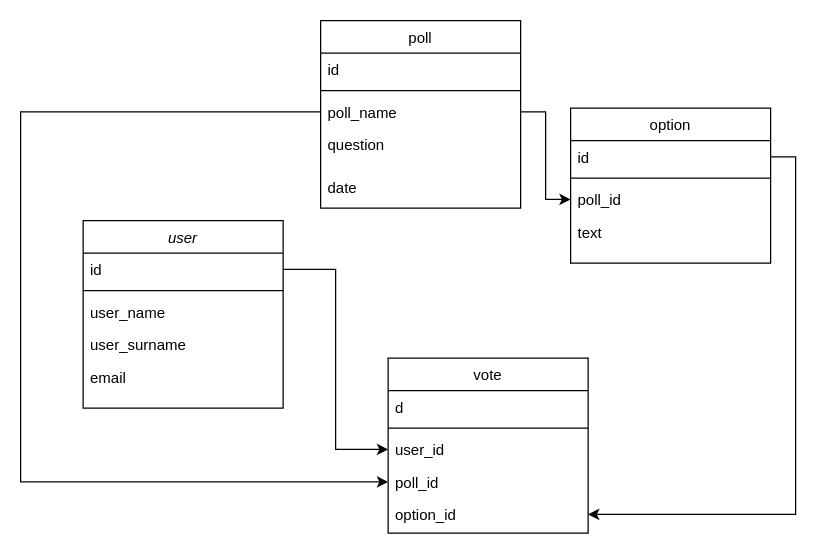
Certer001/scheme keeps this draw.io diagram as схема.drawio. Above is the earlier version. Source tidied: cells renumbered, new cells numbered last; positions are measured from the earlier drawing's top-left corner, leaving out a move shared by most shapes. Both pictures are drawn from the tidied source at 125%, with x=0, y=0 at pixel (20, 20).
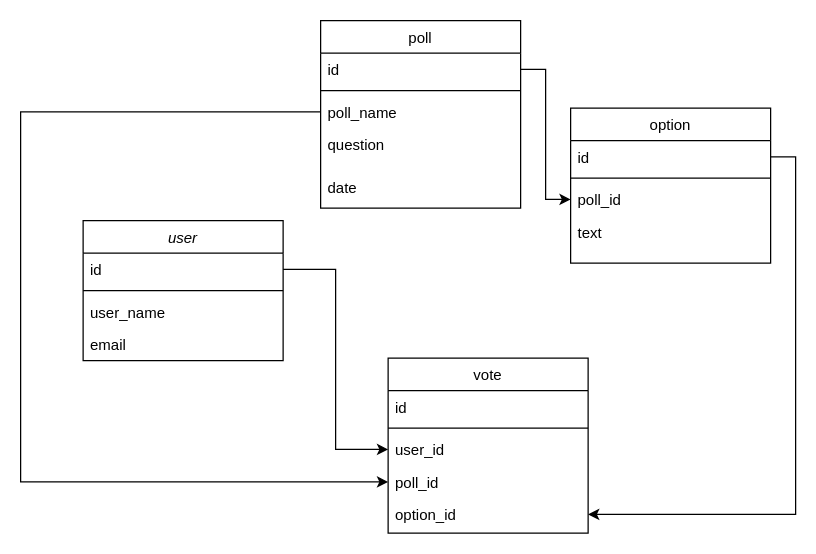
The same diagram, later.

The change refers to these unchanged cells:
```xml
<mxCell id="11" value="poll_id" style="text;align=left;verticalAlign=top;spacingLeft=4;spacingRight=4;overflow=hidden;points=[[0,0.5],[1,0.5]];portConstraint=eastwest;rounded=0;shadow=0;html=0;" parent="8" vertex="1">
  <mxGeometry y="60" width="160" height="26" as="geometry" />
</mxCell>
<mxCell id="14" value="id" style="text;align=left;verticalAlign=top;spacingLeft=4;spacingRight=4;overflow=hidden;points=[[0,0.5],[1,0.5]];portConstraint=eastwest;" parent="13" vertex="1">
  <mxGeometry y="26" width="160" height="26" as="geometry" />
</mxCell>
<mxCell id="16" value="poll_name" style="text;align=left;verticalAlign=top;spacingLeft=4;spacingRight=4;overflow=hidden;points=[[0,0.5],[1,0.5]];portConstraint=eastwest;rounded=0;shadow=0;html=0;" parent="13" vertex="1">
  <mxGeometry y="60" width="160" height="26" as="geometry" />
</mxCell>
<mxCell id="19" value="vote" style="swimlane;fontStyle=0;align=center;verticalAlign=top;horizontal=1;startSize=26;rounded=0;shadow=0;strokeWidth=1;" parent="1" vertex="1">
  <mxGeometry x="294" y="270" width="160" height="140" as="geometry" />
</mxCell>
```

Change to the diagram source:
```diff
@@
     <mxCell id="2" value="user" style="swimlane;fontStyle=2;align=center;verticalAlign=top;horizontal=1;startSize=26;rounded=0;shadow=0;strokeWidth=1;" parent="1" vertex="1">
-      <mxGeometry x="50" y="160" width="160" height="150" as="geometry" />
+      <mxGeometry x="50" y="160" width="160" height="112" as="geometry" />
     </mxCell>
@@
-    <mxCell id="6" value="user_surname" style="text;align=left;verticalAlign=top;spacingLeft=4;spacingRight=4;overflow=hidden;rounded=0;shadow=0;html=0;" parent="2" vertex="1">
-      <mxGeometry y="86" width="160" height="26" as="geometry" />
-    </mxCell>
     <mxCell id="7" value="email" style="text;align=left;verticalAlign=top;spacingLeft=4;spacingRight=4;overflow=hidden;" parent="2" vertex="1">
-      <mxGeometry y="112" width="160" height="26" as="geometry" />
+      <mxGeometry y="86" width="160" height="26" as="geometry" />
     </mxCell>
@@
-    <mxCell id="20" value="d" style="text;align=left;verticalAlign=top;spacingLeft=4;spacingRight=4;overflow=hidden;" parent="19" vertex="1">
+    <mxCell id="20" value="id" style="text;align=left;verticalAlign=top;spacingLeft=4;spacingRight=4;overflow=hidden;" parent="19" vertex="1">
       <mxGeometry y="26" width="160" height="26" as="geometry" />
     </mxCell>
@@
-    <mxCell id="26" style="edgeStyle=orthogonalEdgeStyle;rounded=0;jettySize=auto;html=1;entryX=0;entryY=0.5;entryDx=0;entryDy=0;" parent="1" edge="1" source="16" target="11">
-      <mxGeometry relative="1" as="geometry" />
-    </mxCell>
@@
+    <mxCell id="29" style="edgeStyle=orthogonalEdgeStyle;rounded=0;jettySize=auto;html=1;entryX=0;entryY=0.5;entryDx=0;entryDy=0;" parent="1" edge="1" source="14" target="11">
+      <mxGeometry relative="1" as="geometry" />
+    </mxCell>
```
